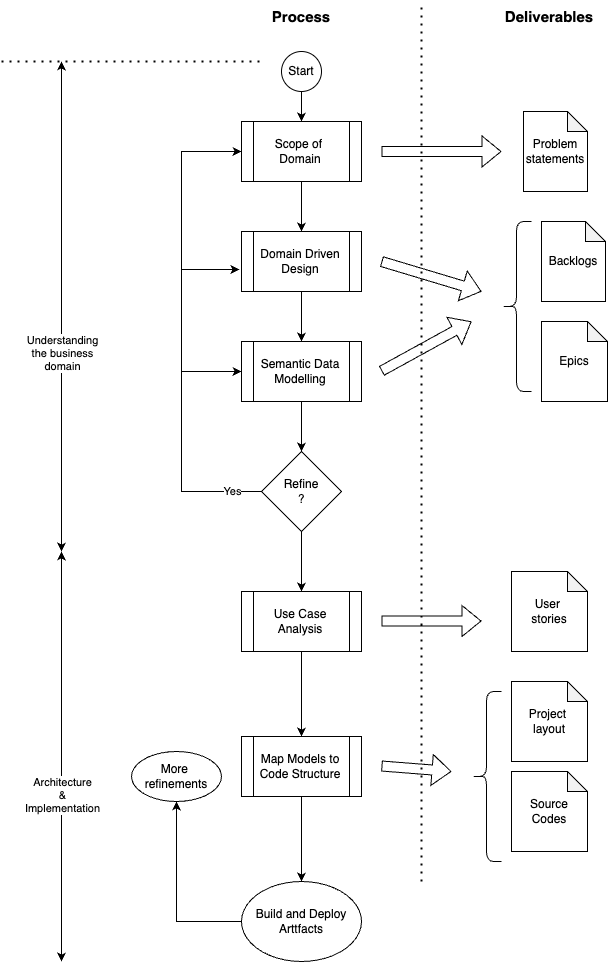
paulwizviz/learn-microservices keeps this draw.io diagram as assets/img/the-process.png. Above is the earlier version. Source tidied: cells renumbered, new cells last; positions are measured from the earlier drawing's top-left corner, leaving out a move shared by most shapes. The source it was exported from:
```xml
<mxGraphModel>
  <root>
    <mxCell id="0" />
    <mxCell id="1" parent="0" />
    <mxCell id="2" style="edgeStyle=orthogonalEdgeStyle;rounded=0;jettySize=auto;html=1;" parent="1" edge="1" source="3" target="10">
      <mxGeometry relative="1" as="geometry" />
    </mxCell>
    <mxCell id="3" value="Start" style="ellipse;whiteSpace=wrap;html=1;" parent="1" vertex="1">
      <mxGeometry x="280" y="50" width="40" height="40" as="geometry" />
    </mxCell>
    <mxCell id="4" style="edgeStyle=orthogonalEdgeStyle;rounded=0;jettySize=auto;html=1;entryX=0;entryY=0.5;entryDx=0;entryDy=0;" parent="1" edge="1" source="6" target="10">
      <mxGeometry relative="1" as="geometry">
        <Array as="points">
          <mxPoint x="180" y="490" />
          <mxPoint x="180" y="150" />
        </Array>
      </mxGeometry>
    </mxCell>
    <mxCell id="5" style="edgeStyle=orthogonalEdgeStyle;rounded=0;jettySize=auto;html=1;" parent="1" edge="1" source="6" target="26">
      <mxGeometry relative="1" as="geometry" />
    </mxCell>
    <mxCell id="6" value="Refine&lt;div&gt;?&lt;/div&gt;" style="rhombus;whiteSpace=wrap;html=1;" parent="1" vertex="1">
      <mxGeometry x="260" y="450" width="80" height="80" as="geometry" />
    </mxCell>
    <mxCell id="7" value="Process" style="text;html=1;align=center;verticalAlign=middle;whiteSpace=wrap;rounded=0;fontStyle=1;fontSize=15;" parent="1" vertex="1">
      <mxGeometry x="270" width="60" height="30" as="geometry" />
    </mxCell>
    <mxCell id="8" value="Deliverables" style="text;html=1;align=center;verticalAlign=middle;whiteSpace=wrap;rounded=0;fontStyle=1;fontSize=15;" parent="1" vertex="1">
      <mxGeometry x="518" width="60" height="30" as="geometry" />
    </mxCell>
    <mxCell id="9" style="edgeStyle=orthogonalEdgeStyle;rounded=0;jettySize=auto;html=1;" parent="1" edge="1" source="10" target="12">
      <mxGeometry relative="1" as="geometry" />
    </mxCell>
    <mxCell id="10" value="Scope of&amp;nbsp;&lt;div&gt;Domain&lt;/div&gt;" style="shape=process;whiteSpace=wrap;html=1;backgroundOutline=1;align=center;" parent="1" vertex="1">
      <mxGeometry x="240" y="120" width="120" height="60" as="geometry" />
    </mxCell>
    <mxCell id="11" style="edgeStyle=orthogonalEdgeStyle;rounded=0;jettySize=auto;html=1;" parent="1" edge="1" source="12" target="14">
      <mxGeometry relative="1" as="geometry" />
    </mxCell>
    <mxCell id="12" value="Domain Driven Design" style="shape=process;whiteSpace=wrap;html=1;backgroundOutline=1;align=center;" parent="1" vertex="1">
      <mxGeometry x="240" y="230" width="120" height="60" as="geometry" />
    </mxCell>
    <mxCell id="13" style="edgeStyle=orthogonalEdgeStyle;rounded=0;jettySize=auto;html=1;" parent="1" edge="1" source="14" target="6">
      <mxGeometry relative="1" as="geometry" />
    </mxCell>
    <mxCell id="14" value="Semantic Data Modelling" style="shape=process;whiteSpace=wrap;html=1;backgroundOutline=1;" parent="1" vertex="1">
      <mxGeometry x="240" y="340" width="120" height="60" as="geometry" />
    </mxCell>
    <mxCell id="15" style="edgeStyle=orthogonalEdgeStyle;rounded=0;jettySize=auto;html=1;entryX=-0.017;entryY=0.633;entryDx=0;entryDy=0;entryPerimeter=0;exitX=0;exitY=0.5;exitDx=0;exitDy=0;" parent="1" edge="1" source="6" target="12">
      <mxGeometry relative="1" as="geometry">
        <Array as="points">
          <mxPoint x="180" y="490" />
          <mxPoint x="180" y="268" />
        </Array>
      </mxGeometry>
    </mxCell>
    <mxCell id="16" style="edgeStyle=orthogonalEdgeStyle;rounded=0;jettySize=auto;html=1;entryX=0;entryY=0.5;entryDx=0;entryDy=0;exitX=0;exitY=0.5;exitDx=0;exitDy=0;" parent="1" edge="1" source="6" target="14">
      <mxGeometry relative="1" as="geometry">
        <Array as="points">
          <mxPoint x="180" y="490" />
          <mxPoint x="180" y="370" />
        </Array>
      </mxGeometry>
    </mxCell>
    <mxCell id="17" value="Yes" style="edgeLabel;html=1;align=center;verticalAlign=middle;" parent="16" vertex="1">
      <mxGeometry x="0.06" y="-1" relative="1" as="geometry">
        <mxPoint x="49" y="58" as="offset" />
      </mxGeometry>
    </mxCell>
    <mxCell id="18" value="Backlogs" style="shape=note;whiteSpace=wrap;html=1;backgroundOutline=1;darkOpacity=0.05;size=20;" parent="1" vertex="1">
      <mxGeometry x="540" y="220" width="64" height="80" as="geometry" />
    </mxCell>
    <mxCell id="19" style="shape=flexArrow;endArrow=classic;html=1;rounded=0;" parent="1" edge="1">
      <mxGeometry relative="1" as="geometry">
        <mxPoint x="380" y="150" as="sourcePoint" />
        <mxPoint x="500" y="150" as="targetPoint" />
      </mxGeometry>
    </mxCell>
    <mxCell id="20" style="shape=flexArrow;endArrow=classic;html=1;rounded=0;" parent="1" edge="1">
      <mxGeometry relative="1" as="geometry">
        <mxPoint x="380" y="260" as="sourcePoint" />
        <mxPoint x="480" y="290" as="targetPoint" />
      </mxGeometry>
    </mxCell>
    <mxCell id="21" style="shape=flexArrow;endArrow=classic;html=1;rounded=0;" parent="1" edge="1">
      <mxGeometry relative="1" as="geometry">
        <mxPoint x="380" y="369.5" as="sourcePoint" />
        <mxPoint x="470" y="320" as="targetPoint" />
      </mxGeometry>
    </mxCell>
    <mxCell id="22" style="endArrow=none;dashed=1;html=1;dashPattern=1 3;strokeWidth=2;rounded=0;" parent="1" edge="1">
      <mxGeometry relative="1" as="geometry">
        <mxPoint x="420" y="880" as="sourcePoint" />
        <mxPoint x="420" as="targetPoint" />
      </mxGeometry>
    </mxCell>
    <mxCell id="23" style="endArrow=classic;startArrow=classic;html=1;rounded=0;" parent="1" edge="1">
      <mxGeometry relative="1" as="geometry">
        <mxPoint x="60" y="550" as="sourcePoint" />
        <mxPoint x="60" y="60" as="targetPoint" />
      </mxGeometry>
    </mxCell>
    <mxCell id="24" value="Understanding&lt;div&gt;the business&lt;/div&gt;&lt;div&gt;domain&lt;/div&gt;" style="edgeLabel;html=1;align=center;verticalAlign=middle;" parent="23" vertex="1">
      <mxGeometry x="-0.19" relative="1" as="geometry" />
    </mxCell>
    <mxCell id="25" style="edgeStyle=orthogonalEdgeStyle;rounded=0;jettySize=auto;html=1;" parent="1" edge="1" source="26" target="29">
      <mxGeometry relative="1" as="geometry" />
    </mxCell>
    <mxCell id="26" value="Use Case Analysis" style="shape=process;whiteSpace=wrap;html=1;backgroundOutline=1;" parent="1" vertex="1">
      <mxGeometry x="240" y="590" width="120" height="60" as="geometry" />
    </mxCell>
    <mxCell id="27" style="endArrow=none;dashed=1;html=1;dashPattern=1 3;strokeWidth=2;rounded=0;" parent="1" edge="1">
      <mxGeometry relative="1" as="geometry">
        <mxPoint y="60" as="sourcePoint" />
        <mxPoint x="260" y="60" as="targetPoint" />
      </mxGeometry>
    </mxCell>
    <mxCell id="28" style="edgeStyle=orthogonalEdgeStyle;rounded=0;jettySize=auto;html=1;" parent="1" edge="1" source="29" target="30">
      <mxGeometry relative="1" as="geometry" />
    </mxCell>
    <mxCell id="29" value="Map Models to Code Structure" style="shape=process;whiteSpace=wrap;html=1;backgroundOutline=1;" parent="1" vertex="1">
      <mxGeometry x="240" y="735" width="120" height="60" as="geometry" />
    </mxCell>
    <mxCell id="30" value="Build and Deploy Arttfacts" style="ellipse;whiteSpace=wrap;html=1;" parent="1" vertex="1">
      <mxGeometry x="240" y="880" width="120" height="80" as="geometry" />
    </mxCell>
    <mxCell id="31" value="User&amp;nbsp;&lt;div&gt;stories&lt;/div&gt;" style="shape=note;whiteSpace=wrap;html=1;backgroundOutline=1;darkOpacity=0.05;size=20;" parent="1" vertex="1">
      <mxGeometry x="510" y="570" width="76" height="80" as="geometry" />
    </mxCell>
    <mxCell id="32" value="Project&amp;nbsp;&lt;div&gt;layout&lt;/div&gt;" style="shape=note;whiteSpace=wrap;html=1;backgroundOutline=1;darkOpacity=0.05;size=20;" parent="1" vertex="1">
      <mxGeometry x="510" y="680" width="76" height="80" as="geometry" />
    </mxCell>
    <mxCell id="33" style="shape=flexArrow;endArrow=classic;html=1;rounded=0;" parent="1" edge="1">
      <mxGeometry relative="1" as="geometry">
        <mxPoint x="380" y="619.5" as="sourcePoint" />
        <mxPoint x="480" y="619.5" as="targetPoint" />
      </mxGeometry>
    </mxCell>
    <mxCell id="34" value="Source Codes" style="shape=note;whiteSpace=wrap;html=1;backgroundOutline=1;darkOpacity=0.05;size=20;" parent="1" vertex="1">
      <mxGeometry x="510" y="770" width="76" height="80" as="geometry" />
    </mxCell>
    <mxCell id="35" style="shape=flexArrow;endArrow=classic;html=1;rounded=0;" parent="1" edge="1">
      <mxGeometry relative="1" as="geometry">
        <mxPoint x="380" y="764.5" as="sourcePoint" />
        <mxPoint x="450" y="770" as="targetPoint" />
      </mxGeometry>
    </mxCell>
    <mxCell id="36" style="endArrow=classic;startArrow=classic;html=1;rounded=0;" parent="1" edge="1">
      <mxGeometry relative="1" as="geometry">
        <mxPoint x="60" y="960" as="sourcePoint" />
        <mxPoint x="60" y="550" as="targetPoint" />
      </mxGeometry>
    </mxCell>
    <mxCell id="37" value="Architecture&lt;div&gt;&amp;amp;&lt;br&gt;Implementation&lt;/div&gt;" style="edgeLabel;html=1;align=center;verticalAlign=middle;" parent="36" vertex="1">
      <mxGeometry x="-0.19" relative="1" as="geometry" />
    </mxCell>
    <mxCell id="38" value="Epics" style="shape=note;whiteSpace=wrap;html=1;backgroundOutline=1;darkOpacity=0.05;size=20;" parent="1" vertex="1">
      <mxGeometry x="540" y="320" width="66" height="80" as="geometry" />
    </mxCell>
    <mxCell id="39" style="shape=curlyBracket;whiteSpace=wrap;html=1;rounded=1;labelPosition=left;verticalLabelPosition=middle;align=right;verticalAlign=middle;size=0.5;" parent="1" vertex="1">
      <mxGeometry x="470" y="690" width="30" height="170" as="geometry" />
    </mxCell>
    <mxCell id="40" style="shape=curlyBracket;whiteSpace=wrap;html=1;rounded=1;labelPosition=left;verticalLabelPosition=middle;align=right;verticalAlign=middle;size=0.5;" parent="1" vertex="1">
      <mxGeometry x="500" y="220" width="30" height="170" as="geometry" />
    </mxCell>
    <mxCell id="41" value="Problem statements" style="shape=note;whiteSpace=wrap;html=1;backgroundOutline=1;darkOpacity=0.05;size=20;" parent="1" vertex="1">
      <mxGeometry x="522" y="110" width="64" height="80" as="geometry" />
    </mxCell>
    <mxCell id="42" style="edgeStyle=orthogonalEdgeStyle;rounded=0;jettySize=auto;html=1;exitX=0;exitY=0.5;exitDx=0;exitDy=0;entryX=0.5;entryY=1;entryDx=0;entryDy=0;" parent="1" edge="1" source="30" target="43">
      <mxGeometry relative="1" as="geometry">
        <Array as="points">
          <mxPoint x="175" y="920" />
        </Array>
      </mxGeometry>
    </mxCell>
    <mxCell id="43" value="More&amp;nbsp;&lt;div&gt;refinements&lt;/div&gt;" style="ellipse;whiteSpace=wrap;html=1;" parent="1" vertex="1">
      <mxGeometry x="130" y="750" width="90" height="50" as="geometry" />
    </mxCell>
  </root>
</mxGraphModel>
```
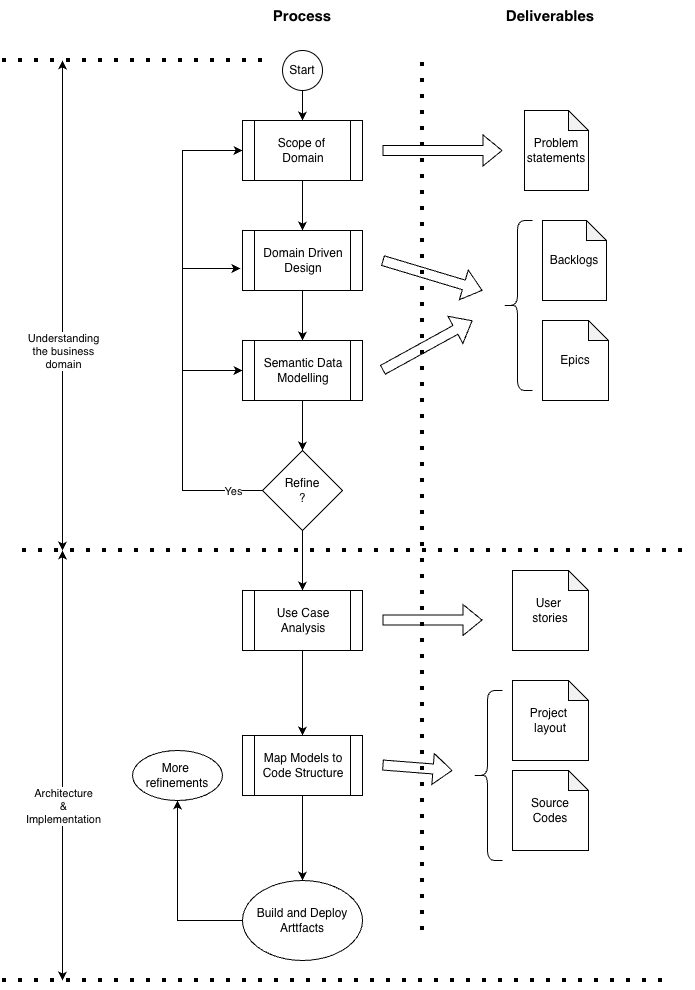
The same diagram one commit later.

Change to the diagram source:
```diff
@@ -88,10 +88,10 @@
         <mxPoint x="470" y="320" as="targetPoint" />
       </mxGeometry>
     </mxCell>
-    <mxCell id="22" style="endArrow=none;dashed=1;html=1;dashPattern=1 3;strokeWidth=2;rounded=0;" parent="1" edge="1">
+    <mxCell id="22" style="endArrow=none;dashed=1;html=1;dashPattern=1 3;strokeWidth=4;rounded=0;" parent="1" edge="1">
       <mxGeometry relative="1" as="geometry">
-        <mxPoint x="420" y="880" as="sourcePoint" />
-        <mxPoint x="420" as="targetPoint" />
+        <mxPoint x="420" y="930" as="sourcePoint" />
+        <mxPoint x="420" y="50" as="targetPoint" />
       </mxGeometry>
     </mxCell>
     <mxCell id="23" style="endArrow=classic;startArrow=classic;html=1;rounded=0;" parent="1" edge="1">
@@ -103,78 +103,90 @@
     <mxCell id="24" value="Understanding&lt;div&gt;the business&lt;/div&gt;&lt;div&gt;domain&lt;/div&gt;" style="edgeLabel;html=1;align=center;verticalAlign=middle;" parent="23" vertex="1">
       <mxGeometry x="-0.19" relative="1" as="geometry" />
     </mxCell>
-    <mxCell id="25" style="edgeStyle=orthogonalEdgeStyle;rounded=0;jettySize=auto;html=1;" parent="1" edge="1" source="26" target="29">
+    <mxCell id="25" style="edgeStyle=orthogonalEdgeStyle;rounded=0;jettySize=auto;html=1;" parent="1" edge="1" source="26" target="30">
       <mxGeometry relative="1" as="geometry" />
     </mxCell>
     <mxCell id="26" value="Use Case Analysis" style="shape=process;whiteSpace=wrap;html=1;backgroundOutline=1;" parent="1" vertex="1">
       <mxGeometry x="240" y="590" width="120" height="60" as="geometry" />
     </mxCell>
-    <mxCell id="27" style="endArrow=none;dashed=1;html=1;dashPattern=1 3;strokeWidth=2;rounded=0;" parent="1" edge="1">
+    <mxCell id="27" style="endArrow=none;dashed=1;html=1;dashPattern=1 3;strokeWidth=4;rounded=0;" parent="1" edge="1">
       <mxGeometry relative="1" as="geometry">
         <mxPoint y="60" as="sourcePoint" />
         <mxPoint x="260" y="60" as="targetPoint" />
       </mxGeometry>
     </mxCell>
-    <mxCell id="28" style="edgeStyle=orthogonalEdgeStyle;rounded=0;jettySize=auto;html=1;" parent="1" edge="1" source="29" target="30">
-      <mxGeometry relative="1" as="geometry" />
+    <mxCell id="28" style="endArrow=none;dashed=1;html=1;dashPattern=1 3;strokeWidth=4;rounded=0;" parent="1" edge="1">
+      <mxGeometry relative="1" as="geometry">
+        <mxPoint x="20" y="550" as="sourcePoint" />
+        <mxPoint x="690" y="550" as="targetPoint" />
+      </mxGeometry>
     </mxCell>
-    <mxCell id="29" value="Map Models to Code Structure" style="shape=process;whiteSpace=wrap;html=1;backgroundOutline=1;" parent="1" vertex="1">
-      <mxGeometry x="240" y="735" width="120" height="60" as="geometry" />
+    <mxCell id="29" style="edgeStyle=orthogonalEdgeStyle;rounded=0;jettySize=auto;html=1;" parent="1" edge="1" source="30" target="31">
+      <mxGeometry relative="1" as="geometry" />
     </mxCell>
-    <mxCell id="30" value="Build and Deploy Arttfacts" style="ellipse;whiteSpace=wrap;html=1;" parent="1" vertex="1">
-      <mxGeometry x="240" y="880" width="120" height="80" as="geometry" />
+    <mxCell id="30" value="Map Models to Code Structure" style="shape=process;whiteSpace=wrap;html=1;backgroundOutline=1;" parent="1" vertex="1">
+      <mxGeometry x="240" y="735" width="120" height="60" as="geometry" />
     </mxCell>
-    <mxCell id="31" value="User&amp;nbsp;&lt;div&gt;stories&lt;/div&gt;" style="shape=note;whiteSpace=wrap;html=1;backgroundOutline=1;darkOpacity=0.05;size=20;" parent="1" vertex="1">
-      <mxGeometry x="510" y="570" width="76" height="80" as="geometry" />
+    <mxCell id="31" value="Build and Deploy Arttfacts" style="ellipse;whiteSpace=wrap;html=1;" parent="1" vertex="1">
+      <mxGeometry x="240" y="880" width="120" height="80" as="geometry" />
     </mxCell>
-    <mxCell id="32" value="Project&amp;nbsp;&lt;div&gt;layout&lt;/div&gt;" style="shape=note;whiteSpace=wrap;html=1;backgroundOutline=1;darkOpacity=0.05;size=20;" parent="1" vertex="1">
-      <mxGeometry x="510" y="680" width="76" height="80" as="geometry" />
+    <mxCell id="32" value="User&amp;nbsp;&lt;div&gt;stories&lt;/div&gt;" style="shape=note;whiteSpace=wrap;html=1;backgroundOutline=1;darkOpacity=0.05;size=20;" parent="1" vertex="1">
+      <mxGeometry x="510" y="570" width="76" height="80" as="geometry" />
     </mxCell>
-    <mxCell id="33" style="shape=flexArrow;endArrow=classic;html=1;rounded=0;" parent="1" edge="1">
-      <mxGeometry relative="1" as="geometry">
-        <mxPoint x="380" y="619.5" as="sourcePoint" />
-        <mxPoint x="480" y="619.5" as="targetPoint" />
-      </mxGeometry>
+    <mxCell id="33" value="Project&amp;nbsp;&lt;div&gt;layout&lt;/div&gt;" style="shape=note;whiteSpace=wrap;html=1;backgroundOutline=1;darkOpacity=0.05;size=20;" parent="1" vertex="1">
+      <mxGeometry x="510" y="680" width="76" height="80" as="geometry" />
     </mxCell>
-    <mxCell id="34" value="Source Codes" style="shape=note;whiteSpace=wrap;html=1;backgroundOutline=1;darkOpacity=0.05;size=20;" parent="1" vertex="1">
-      <mxGeometry x="510" y="770" width="76" height="80" as="geometry" />
+    <mxCell id="34" style="shape=flexArrow;endArrow=classic;html=1;rounded=0;" parent="1" edge="1">
+      <mxGeometry relative="1" as="geometry">
+        <mxPoint x="380" y="619.5" as="sourcePoint" />
+        <mxPoint x="480" y="619.5" as="targetPoint" />
+      </mxGeometry>
     </mxCell>
-    <mxCell id="35" style="shape=flexArrow;endArrow=classic;html=1;rounded=0;" parent="1" edge="1">
-      <mxGeometry relative="1" as="geometry">
-        <mxPoint x="380" y="764.5" as="sourcePoint" />
-        <mxPoint x="450" y="770" as="targetPoint" />
-      </mxGeometry>
+    <mxCell id="35" value="Source Codes" style="shape=note;whiteSpace=wrap;html=1;backgroundOutline=1;darkOpacity=0.05;size=20;" parent="1" vertex="1">
+      <mxGeometry x="510" y="770" width="76" height="80" as="geometry" />
     </mxCell>
-    <mxCell id="36" style="endArrow=classic;startArrow=classic;html=1;rounded=0;" parent="1" edge="1">
+    <mxCell id="36" style="shape=flexArrow;endArrow=classic;html=1;rounded=0;" parent="1" edge="1">
       <mxGeometry relative="1" as="geometry">
-        <mxPoint x="60" y="960" as="sourcePoint" />
-        <mxPoint x="60" y="550" as="targetPoint" />
+        <mxPoint x="380" y="764.5" as="sourcePoint" />
+        <mxPoint x="450" y="770" as="targetPoint" />
       </mxGeometry>
     </mxCell>
-    <mxCell id="37" value="Architecture&lt;div&gt;&amp;amp;&lt;br&gt;Implementation&lt;/div&gt;" style="edgeLabel;html=1;align=center;verticalAlign=middle;" parent="36" vertex="1">
-      <mxGeometry x="-0.19" relative="1" as="geometry" />
+    <mxCell id="37" style="endArrow=classic;startArrow=classic;html=1;rounded=0;" parent="1" edge="1">
+      <mxGeometry relative="1" as="geometry">
+        <mxPoint x="60" y="980" as="sourcePoint" />
+        <mxPoint x="60" y="550" as="targetPoint" />
+      </mxGeometry>
     </mxCell>
-    <mxCell id="38" value="Epics" style="shape=note;whiteSpace=wrap;html=1;backgroundOutline=1;darkOpacity=0.05;size=20;" parent="1" vertex="1">
-      <mxGeometry x="540" y="320" width="66" height="80" as="geometry" />
+    <mxCell id="38" value="Architecture&lt;div&gt;&amp;amp;&lt;br&gt;Implementation&lt;/div&gt;" style="edgeLabel;html=1;align=center;verticalAlign=middle;" parent="37" vertex="1">
+      <mxGeometry x="-0.19" relative="1" as="geometry" />
     </mxCell>
-    <mxCell id="39" style="shape=curlyBracket;whiteSpace=wrap;html=1;rounded=1;labelPosition=left;verticalLabelPosition=middle;align=right;verticalAlign=middle;size=0.5;" parent="1" vertex="1">
-      <mxGeometry x="470" y="690" width="30" height="170" as="geometry" />
+    <mxCell id="39" value="Epics" style="shape=note;whiteSpace=wrap;html=1;backgroundOutline=1;darkOpacity=0.05;size=20;" parent="1" vertex="1">
+      <mxGeometry x="540" y="320" width="66" height="80" as="geometry" />
     </mxCell>
     <mxCell id="40" style="shape=curlyBracket;whiteSpace=wrap;html=1;rounded=1;labelPosition=left;verticalLabelPosition=middle;align=right;verticalAlign=middle;size=0.5;" parent="1" vertex="1">
-      <mxGeometry x="500" y="220" width="30" height="170" as="geometry" />
+      <mxGeometry x="470" y="690" width="30" height="170" as="geometry" />
     </mxCell>
-    <mxCell id="41" value="Problem statements" style="shape=note;whiteSpace=wrap;html=1;backgroundOutline=1;darkOpacity=0.05;size=20;" parent="1" vertex="1">
-      <mxGeometry x="522" y="110" width="64" height="80" as="geometry" />
+    <mxCell id="41" style="shape=curlyBracket;whiteSpace=wrap;html=1;rounded=1;labelPosition=left;verticalLabelPosition=middle;align=right;verticalAlign=middle;size=0.5;" parent="1" vertex="1">
+      <mxGeometry x="500" y="220" width="30" height="170" as="geometry" />
     </mxCell>
-    <mxCell id="42" style="edgeStyle=orthogonalEdgeStyle;rounded=0;jettySize=auto;html=1;exitX=0;exitY=0.5;exitDx=0;exitDy=0;entryX=0.5;entryY=1;entryDx=0;entryDy=0;" parent="1" edge="1" source="30" target="43">
-      <mxGeometry relative="1" as="geometry">
-        <Array as="points">
-          <mxPoint x="175" y="920" />
-        </Array>
-      </mxGeometry>
+    <mxCell id="42" value="Problem statements" style="shape=note;whiteSpace=wrap;html=1;backgroundOutline=1;darkOpacity=0.05;size=20;" parent="1" vertex="1">
+      <mxGeometry x="522" y="110" width="64" height="80" as="geometry" />
     </mxCell>
-    <mxCell id="43" value="More&amp;nbsp;&lt;div&gt;refinements&lt;/div&gt;" style="ellipse;whiteSpace=wrap;html=1;" parent="1" vertex="1">
-      <mxGeometry x="130" y="750" width="90" height="50" as="geometry" />
+    <mxCell id="43" style="edgeStyle=orthogonalEdgeStyle;rounded=0;jettySize=auto;html=1;exitX=0;exitY=0.5;exitDx=0;exitDy=0;entryX=0.5;entryY=1;entryDx=0;entryDy=0;" parent="1" edge="1" source="31" target="44">
+      <mxGeometry relative="1" as="geometry">
+        <Array as="points">
+          <mxPoint x="175" y="920" />
+        </Array>
+      </mxGeometry>
     </mxCell>
+    <mxCell id="44" value="More&amp;nbsp;&lt;div&gt;refinements&lt;/div&gt;" style="ellipse;whiteSpace=wrap;html=1;" parent="1" vertex="1">
+      <mxGeometry x="130" y="750" width="90" height="50" as="geometry" />
+    </mxCell>
+    <mxCell id="45" style="endArrow=none;dashed=1;html=1;dashPattern=1 3;strokeWidth=4;rounded=0;" parent="1" edge="1">
+      <mxGeometry relative="1" as="geometry">
+        <mxPoint y="980" as="sourcePoint" />
+        <mxPoint x="670" y="980" as="targetPoint" />
+      </mxGeometry>
+    </mxCell>
   </root>
 </mxGraphModel>
```
